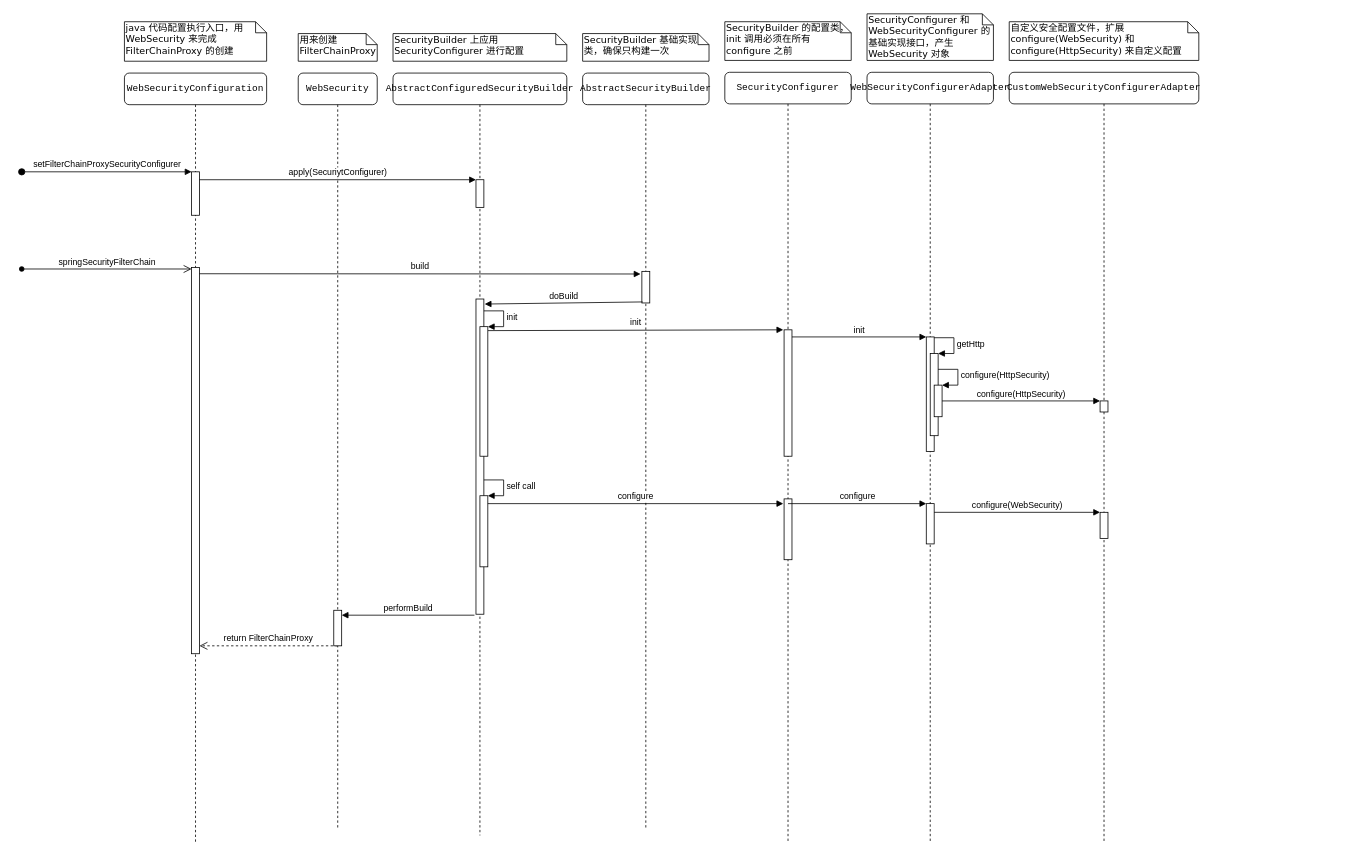
Above: spring-security-config.drawio in kostark/drawio-repo (draw.io), before the change. Source tidied: cells renumbered, new cells numbered last; positions are measured from the earlier drawing's top-left corner, leaving out a move shared by most shapes. Both pictures are drawn from the tidied source at 79%, with x=0, y=0 at pixel (21, 13).
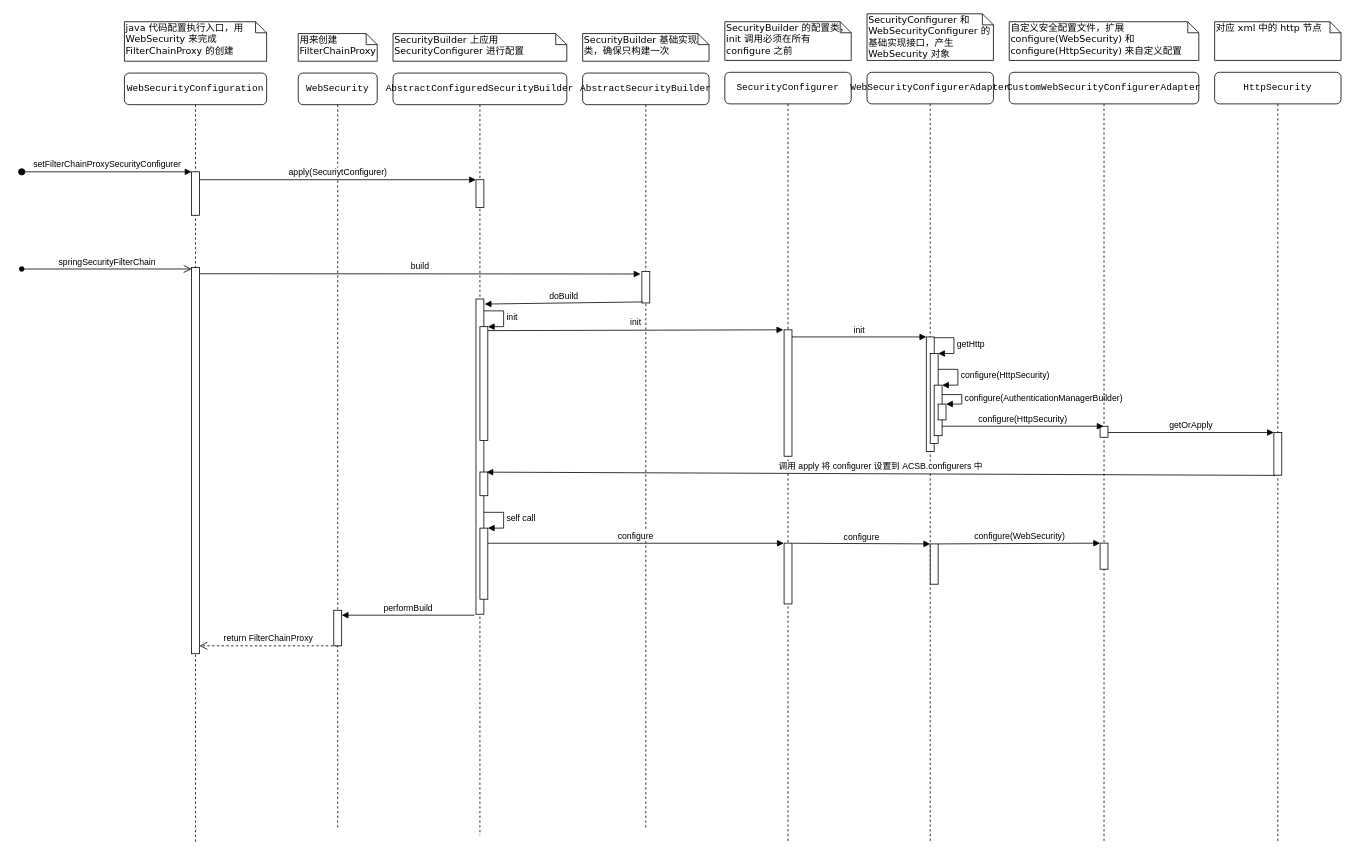
Above is the later version.

Unchanged cells that the change refers to:
```xml
<mxCell id="33" value="&lt;pre&gt;&lt;pre&gt;&lt;pre&gt;&lt;span&gt;WebSecurityConfigurerAdapter&lt;/span&gt;&lt;/pre&gt;&lt;/pre&gt;&lt;/pre&gt;" style="shape=umlLifeline;perimeter=lifelinePerimeter;whiteSpace=wrap;html=1;rounded=1;shadow=0;comic=0;labelBackgroundColor=none;strokeColor=#000000;strokeWidth=1;fillColor=#FFFFFF;fontFamily=Verdana;fontSize=12;fontColor=#000000;align=center;" parent="1" vertex="1">
  <mxGeometry x="1070" y="74" width="160" height="976" as="geometry" />
</mxCell>
<mxCell id="41" value="&lt;pre&gt;&lt;pre&gt;&lt;span&gt;CustomWebSecurityConfigurerAdapter&lt;/span&gt;&lt;/pre&gt;&lt;/pre&gt;" style="shape=umlLifeline;perimeter=lifelinePerimeter;whiteSpace=wrap;html=1;rounded=1;shadow=0;comic=0;labelBackgroundColor=none;strokeColor=#000000;strokeWidth=1;fillColor=#FFFFFF;fontFamily=Verdana;fontSize=12;fontColor=#000000;align=center;" parent="1" vertex="1">
  <mxGeometry x="1250" y="74" width="240" height="976" as="geometry" />
</mxCell>
```

Change to the diagram source:
```diff
@@
     <mxCell id="18" style="html=1;points=[];perimeter=orthogonalPerimeter;" parent="1" vertex="1">
-      <mxGeometry x="580" y="396" width="10" height="164" as="geometry" />
+      <mxGeometry x="580" y="396" width="10" height="144" as="geometry" />
     </mxCell>
@@
     <mxCell id="21" style="html=1;points=[];perimeter=orthogonalPerimeter;" parent="1" vertex="1">
-      <mxGeometry x="580" y="610" width="10" height="90" as="geometry" />
+      <mxGeometry x="580" y="651" width="10" height="90" as="geometry" />
     </mxCell>
     <mxCell id="22" value="self call" style="edgeStyle=orthogonalEdgeStyle;html=1;align=left;spacingLeft=2;endArrow=block;rounded=0;entryX=1;entryY=0;strokeColor=#000000;" parent="1" edge="1" target="21">
       <mxGeometry relative="1" as="geometry">
-        <mxPoint x="585" y="590" as="sourcePoint" />
+        <mxPoint x="585" y="631" as="sourcePoint" />
         <Array as="points">
-          <mxPoint x="610" y="590" />
+          <mxPoint x="610" y="631" />
         </Array>
       </mxGeometry>
     </mxCell>
@@
-    <mxCell id="30" value="configure" style="html=1;verticalAlign=bottom;endArrow=block;strokeColor=#000000;" parent="1" edge="1" source="21">
-      <mxGeometry relative="1" as="geometry">
-        <mxPoint x="964" y="620" as="targetPoint" />
-      </mxGeometry>
+    <mxCell id="30" value="configure" style="html=1;verticalAlign=bottom;endArrow=block;strokeColor=#000000;entryX=-0.033;entryY=0.002;entryDx=0;entryDy=0;entryPerimeter=0;" parent="1" edge="1" source="21" target="31">
+      <mxGeometry relative="1" as="geometry" />
     </mxCell>
     <mxCell id="31" style="html=1;points=[];perimeter=orthogonalPerimeter;rounded=0;shadow=0;comic=0;labelBackgroundColor=none;strokeColor=#000000;strokeWidth=1;fillColor=#FFFFFF;fontFamily=Verdana;fontSize=12;fontColor=#000000;align=center;" parent="1" vertex="1">
-      <mxGeometry x="965" y="614" width="10" height="77" as="geometry" />
+      <mxGeometry x="965" y="670" width="10" height="77" as="geometry" />
     </mxCell>
@@
     <mxCell id="35" style="html=1;points=[];perimeter=orthogonalPerimeter;" parent="33" vertex="1">
-      <mxGeometry x="75" y="546" width="10" height="51" as="geometry" />
+      <mxGeometry x="80" y="597" width="10" height="51" as="geometry" />
     </mxCell>
     <mxCell id="36" style="html=1;points=[];perimeter=orthogonalPerimeter;labelBackgroundColor=#ffffff;" parent="33" vertex="1">
-      <mxGeometry x="80" y="356" width="10" height="104" as="geometry" />
+      <mxGeometry x="80" y="356" width="10" height="114" as="geometry" />
     </mxCell>
@@
     <mxCell id="38" style="html=1;points=[];perimeter=orthogonalPerimeter;labelBackgroundColor=#ffffff;" parent="33" vertex="1">
-      <mxGeometry x="85" y="396" width="10" height="40" as="geometry" />
+      <mxGeometry x="85" y="396" width="10" height="64" as="geometry" />
     </mxCell>
@@
+    <mxCell id="49" style="html=1;points=[];perimeter=orthogonalPerimeter;" parent="33" vertex="1">
+      <mxGeometry x="90" y="420" width="10" height="20" as="geometry" />
+    </mxCell>
+    <mxCell id="50" value="configure(AuthenticationManagerBuilder)" style="edgeStyle=orthogonalEdgeStyle;html=1;align=left;spacingLeft=2;endArrow=block;rounded=0;entryX=1;entryY=0;" parent="33" edge="1" target="49">
+      <mxGeometry relative="1" as="geometry">
+        <mxPoint x="95" y="408" as="sourcePoint" />
+        <Array as="points">
+          <mxPoint x="120" y="408" />
+        </Array>
+      </mxGeometry>
+    </mxCell>
@@
     <mxCell id="42" style="html=1;points=[];perimeter=orthogonalPerimeter;labelBackgroundColor=#ffffff;" parent="41" vertex="1">
-      <mxGeometry x="115" y="416" width="10" height="14" as="geometry" />
+      <mxGeometry x="115" y="448" width="10" height="14" as="geometry" />
     </mxCell>
     <mxCell id="43" style="html=1;points=[];perimeter=orthogonalPerimeter;labelBackgroundColor=#ffffff;" parent="41" vertex="1">
-      <mxGeometry x="115" y="557" width="10" height="33" as="geometry" />
+      <mxGeometry x="115" y="596" width="10" height="33" as="geometry" />
     </mxCell>
@@
-    <mxCell id="46" value="configure" style="html=1;verticalAlign=bottom;endArrow=block;entryX=0;entryY=0;strokeColor=#000000;" parent="1" edge="1" target="35">
-      <mxGeometry relative="1" as="geometry">
-        <mxPoint x="970" y="620" as="sourcePoint" />
-      </mxGeometry>
+    <mxCell id="46" value="configure" style="html=1;verticalAlign=bottom;endArrow=block;entryX=0;entryY=0;strokeColor=#000000;exitX=1.052;exitY=0.002;exitDx=0;exitDy=0;exitPerimeter=0;" parent="1" edge="1" source="31" target="35">
+      <mxGeometry relative="1" as="geometry" />
     </mxCell>
-    <mxCell id="47" value="configure(HttpSecurity)" style="html=1;verticalAlign=bottom;endArrow=block;entryX=0;entryY=0;strokeColor=#000000;" parent="1" edge="1" source="38" target="42">
-      <mxGeometry relative="1" as="geometry" />
+    <mxCell id="47" value="configure(HttpSecurity)" style="html=1;verticalAlign=bottom;endArrow=block;strokeColor=#000000;" parent="1" edge="1">
+      <mxGeometry relative="1" as="geometry">
+        <mxPoint x="1165" y="522" as="sourcePoint" />
+        <mxPoint x="1369.5" y="522" as="targetPoint" />
+      </mxGeometry>
     </mxCell>
@@
+    <mxCell id="51" value="&lt;pre&gt;&lt;pre&gt;&lt;span&gt;HttpSecurity&lt;/span&gt;&lt;/pre&gt;&lt;/pre&gt;" style="shape=umlLifeline;perimeter=lifelinePerimeter;whiteSpace=wrap;html=1;rounded=1;shadow=0;comic=0;labelBackgroundColor=none;strokeColor=#000000;strokeWidth=1;fillColor=#FFFFFF;fontFamily=Verdana;fontSize=12;fontColor=#000000;align=center;" parent="1" vertex="1">
+      <mxGeometry x="1510" y="74" width="160" height="976" as="geometry" />
+    </mxCell>
+    <mxCell id="52" style="html=1;points=[];perimeter=orthogonalPerimeter;" parent="51" vertex="1">
+      <mxGeometry x="75" y="456" width="10" height="54" as="geometry" />
+    </mxCell>
+    <mxCell id="53" value="对应 xml 中的 http 节点" style="shape=note;whiteSpace=wrap;html=1;size=14;verticalAlign=top;align=left;spacingTop=-6;rounded=0;shadow=0;comic=0;labelBackgroundColor=none;strokeColor=#000000;strokeWidth=1;fillColor=#FFFFFF;fontFamily=Verdana;fontSize=12;fontColor=#000000;" parent="1" vertex="1">
+      <mxGeometry x="1510" y="10" width="160" height="49" as="geometry" />
+    </mxCell>
+    <mxCell id="54" value="getOrApply" style="html=1;verticalAlign=bottom;endArrow=block;entryX=0;entryY=0;" parent="1" edge="1" source="42" target="52">
+      <mxGeometry relative="1" as="geometry" />
+    </mxCell>
+    <mxCell id="55" style="html=1;points=[];perimeter=orthogonalPerimeter;" parent="1" vertex="1">
+      <mxGeometry x="580" y="580" width="10" height="30" as="geometry" />
+    </mxCell>
+    <mxCell id="56" value="调用 apply 将 configurer 设置到 ACSB.configurers 中" style="html=1;verticalAlign=bottom;endArrow=block;exitX=0.143;exitY=1.005;exitDx=0;exitDy=0;exitPerimeter=0;entryX=0.826;entryY=0.005;entryDx=0;entryDy=0;entryPerimeter=0;" parent="1" edge="1" source="52" target="55">
+      <mxGeometry relative="1" as="geometry" />
+    </mxCell>
```
